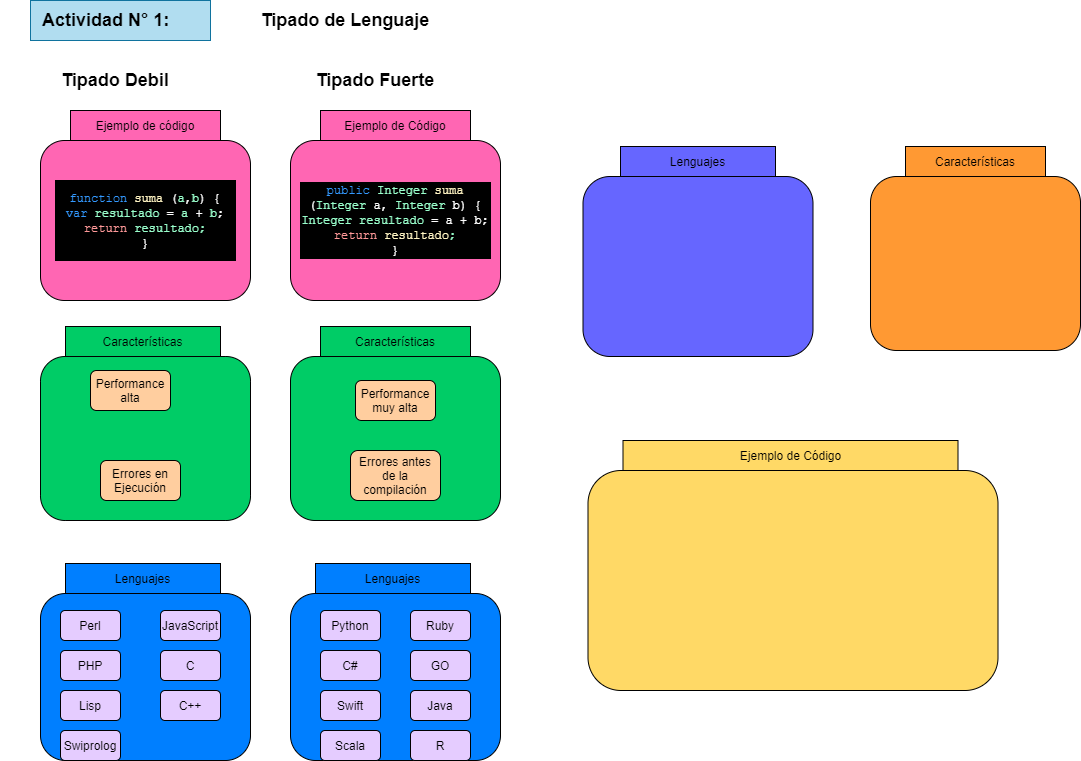
Noelia-Elizabeth/Mochila_Nunez-Mac-Leod_Noelia-Elizabeth keeps this draw.io diagram as G4 - Practicas Lenguajes - Núñez_Mac_Leod-Noelia_Elizabeth.png. Above is the earlier version. Source tidied: cells renumbered, new cells last; positions are measured from the earlier drawing's top-left corner, leaving out a move shared by most shapes. The source it was exported from:
```xml
<mxGraphModel>
  <root>
    <mxCell id="0" />
    <mxCell id="1" parent="0" />
    <mxCell id="2" style="rounded=0;whiteSpace=wrap;html=1;fillColor=#b1ddf0;strokeColor=#10739e;" parent="1" vertex="1">
      <mxGeometry x="30" width="180" height="40" as="geometry" />
    </mxCell>
    <mxCell id="3" value="&lt;b&gt;&lt;font style=&quot;font-size: 18px&quot;&gt;Tipado de Lenguaje&lt;/font&gt;&lt;/b&gt;" style="text;html=1;strokeColor=none;fillColor=none;align=center;verticalAlign=middle;whiteSpace=wrap;rounded=0;" parent="1" vertex="1">
      <mxGeometry x="230" width="230" height="40" as="geometry" />
    </mxCell>
    <mxCell id="4" value="&lt;b&gt;&lt;font style=&quot;font-size: 18px&quot;&gt;Actividad N° 1:&lt;/font&gt;&lt;/b&gt;" style="text;html=1;strokeColor=none;fillColor=none;align=left;verticalAlign=middle;whiteSpace=wrap;rounded=0;" parent="1" vertex="1">
      <mxGeometry x="40" width="230" height="40" as="geometry" />
    </mxCell>
    <mxCell id="5" value="Ejemplo de código" style="rounded=0;whiteSpace=wrap;html=1;fillColor=#FF66B3;" parent="1" vertex="1">
      <mxGeometry x="70" y="110" width="150" height="30" as="geometry" />
    </mxCell>
    <mxCell id="6" value="&lt;b&gt;&lt;font style=&quot;font-size: 18px&quot;&gt;Tipado Debil&lt;/font&gt;&lt;/b&gt;" style="text;html=1;strokeColor=none;fillColor=none;align=center;verticalAlign=middle;whiteSpace=wrap;rounded=0;" parent="1" vertex="1">
      <mxGeometry y="60" width="230" height="40" as="geometry" />
    </mxCell>
    <mxCell id="7" value="&lt;b&gt;&lt;font style=&quot;font-size: 18px&quot;&gt;Tipado Fuerte&lt;/font&gt;&lt;/b&gt;" style="text;html=1;strokeColor=none;fillColor=none;align=center;verticalAlign=middle;whiteSpace=wrap;rounded=0;" parent="1" vertex="1">
      <mxGeometry x="260" y="60" width="230" height="40" as="geometry" />
    </mxCell>
    <mxCell id="8" style="rounded=1;whiteSpace=wrap;html=1;fillColor=#FF66B3;" parent="1" vertex="1">
      <mxGeometry x="40" y="140" width="210" height="160" as="geometry" />
    </mxCell>
    <mxCell id="9" value="Ejemplo de Código" style="rounded=0;whiteSpace=wrap;html=1;fillColor=#FF66B3;" parent="1" vertex="1">
      <mxGeometry x="320" y="110" width="150" height="30" as="geometry" />
    </mxCell>
    <mxCell id="10" style="rounded=1;whiteSpace=wrap;html=1;fillColor=#FF66B3;" parent="1" vertex="1">
      <mxGeometry x="290" y="140" width="210" height="160" as="geometry" />
    </mxCell>
    <mxCell id="11" value="Características" style="rounded=0;whiteSpace=wrap;html=1;fillColor=#00CC66;" parent="1" vertex="1">
      <mxGeometry x="65" y="326" width="155" height="30" as="geometry" />
    </mxCell>
    <mxCell id="12" style="rounded=1;whiteSpace=wrap;html=1;fillColor=#00CC66;" parent="1" vertex="1">
      <mxGeometry x="40" y="356" width="210" height="164" as="geometry" />
    </mxCell>
    <mxCell id="13" value="Características" style="rounded=0;whiteSpace=wrap;html=1;fillColor=#00CC66;" parent="1" vertex="1">
      <mxGeometry x="320" y="326" width="150" height="30" as="geometry" />
    </mxCell>
    <mxCell id="14" style="rounded=1;whiteSpace=wrap;html=1;fillColor=#00CC66;" parent="1" vertex="1">
      <mxGeometry x="290" y="356" width="210" height="164" as="geometry" />
    </mxCell>
    <mxCell id="15" value="Lenguajes" style="rounded=0;whiteSpace=wrap;html=1;fillColor=#007FFF;" parent="1" vertex="1">
      <mxGeometry x="65" y="563" width="155" height="30" as="geometry" />
    </mxCell>
    <mxCell id="16" style="rounded=1;whiteSpace=wrap;html=1;fillColor=#007FFF;" parent="1" vertex="1">
      <mxGeometry x="40" y="593" width="210" height="167" as="geometry" />
    </mxCell>
    <mxCell id="17" value="Lenguajes" style="rounded=0;whiteSpace=wrap;html=1;fillColor=#007FFF;" parent="1" vertex="1">
      <mxGeometry x="315" y="563" width="155" height="30" as="geometry" />
    </mxCell>
    <mxCell id="18" style="rounded=1;whiteSpace=wrap;html=1;fillColor=#007FFF;" parent="1" vertex="1">
      <mxGeometry x="290" y="593" width="210" height="167" as="geometry" />
    </mxCell>
    <mxCell id="19" value="Lenguajes" style="rounded=0;whiteSpace=wrap;html=1;fillColor=#6666FF;" parent="1" vertex="1">
      <mxGeometry x="620" y="146" width="155" height="30" as="geometry" />
    </mxCell>
    <mxCell id="20" style="rounded=1;whiteSpace=wrap;html=1;fillColor=#6666FF;" parent="1" vertex="1">
      <mxGeometry x="582.5" y="176" width="230" height="180" as="geometry" />
    </mxCell>
    <mxCell id="21" value="Características" style="rounded=0;whiteSpace=wrap;html=1;fillColor=#FF9933;" parent="1" vertex="1">
      <mxGeometry x="905" y="146" width="140" height="30" as="geometry" />
    </mxCell>
    <mxCell id="22" style="rounded=1;whiteSpace=wrap;html=1;fillColor=#FF9933;" parent="1" vertex="1">
      <mxGeometry x="870" y="176" width="210" height="174" as="geometry" />
    </mxCell>
    <mxCell id="23" value="Ejemplo de Código" style="rounded=0;whiteSpace=wrap;html=1;fillColor=#FFD966;" parent="1" vertex="1">
      <mxGeometry x="622.5" y="440" width="335" height="30" as="geometry" />
    </mxCell>
    <mxCell id="24" style="rounded=1;whiteSpace=wrap;html=1;fillColor=#FFD966;" parent="1" vertex="1">
      <mxGeometry x="587.5" y="470" width="410" height="220" as="geometry" />
    </mxCell>
    <mxCell id="25" value="Java" style="rounded=1;whiteSpace=wrap;html=1;fillColor=#E5CCFF;" parent="1" vertex="1">
      <mxGeometry x="410" y="690" width="60" height="30" as="geometry" />
    </mxCell>
    <mxCell id="26" value="GO" style="rounded=1;whiteSpace=wrap;html=1;fillColor=#E5CCFF;" parent="1" vertex="1">
      <mxGeometry x="410" y="650" width="60" height="30" as="geometry" />
    </mxCell>
    <mxCell id="27" value="Swift&lt;span style=&quot;color: rgba(0 , 0 , 0 , 0) ; font-family: monospace ; font-size: 0px&quot;&gt;%3CmxGraphModel%3E%3Croot%3E%3CmxCell%20id%3D%220%22%2F%3E%3CmxCell%20id%3D%221%22%20parent%3D%220%22%2F%3E%3CmxCell%20id%3D%222%22%20value%3D%22GO%22%20style%3D%22rounded%3D1%3BwhiteSpace%3Dwrap%3Bhtml%3D1%3BfillColor%3D%23E5CCFF%3B%22%20vertex%3D%221%22%20parent%3D%221%22%3E%3CmxGeometry%20x%3D%22640%22%20y%3D%22180%22%20width%3D%2260%22%20height%3D%2230%22%20as%3D%22geometry%22%2F%3E%3C%2FmxCell%3E%3C%2Froot%3E%3C%2FmxGraphModel%3E&lt;/span&gt;" style="rounded=1;whiteSpace=wrap;html=1;fillColor=#E5CCFF;" parent="1" vertex="1">
      <mxGeometry x="320" y="690" width="60" height="30" as="geometry" />
    </mxCell>
    <mxCell id="28" value="Ruby" style="rounded=1;whiteSpace=wrap;html=1;fillColor=#E5CCFF;" parent="1" vertex="1">
      <mxGeometry x="410" y="610" width="60" height="30" as="geometry" />
    </mxCell>
    <mxCell id="29" value="Python" style="rounded=1;whiteSpace=wrap;html=1;fillColor=#E5CCFF;" parent="1" vertex="1">
      <mxGeometry x="320" y="610" width="60" height="30" as="geometry" />
    </mxCell>
    <mxCell id="30" value="C#" style="rounded=1;whiteSpace=wrap;html=1;fillColor=#E5CCFF;" parent="1" vertex="1">
      <mxGeometry x="320" y="650" width="60" height="30" as="geometry" />
    </mxCell>
    <mxCell id="31" value="R" style="rounded=1;whiteSpace=wrap;html=1;fillColor=#E5CCFF;" parent="1" vertex="1">
      <mxGeometry x="410" y="730" width="60" height="30" as="geometry" />
    </mxCell>
    <mxCell id="32" value="PHP" style="rounded=1;whiteSpace=wrap;html=1;fillColor=#E5CCFF;" parent="1" vertex="1">
      <mxGeometry x="60" y="650" width="60" height="30" as="geometry" />
    </mxCell>
    <mxCell id="33" value="C" style="rounded=1;whiteSpace=wrap;html=1;fillColor=#E5CCFF;" parent="1" vertex="1">
      <mxGeometry x="160" y="650" width="60" height="30" as="geometry" />
    </mxCell>
    <mxCell id="34" value="Errores en Ejecución" style="rounded=1;whiteSpace=wrap;html=1;fillColor=#FFCE9F;" parent="1" vertex="1">
      <mxGeometry x="100" y="460" width="80" height="40" as="geometry" />
    </mxCell>
    <mxCell id="35" value="Performance muy alta" style="rounded=1;whiteSpace=wrap;html=1;fillColor=#FFCE9F;" parent="1" vertex="1">
      <mxGeometry x="355" y="380" width="80" height="40" as="geometry" />
    </mxCell>
    <mxCell id="36" value="Errores antes de la compilación" style="rounded=1;whiteSpace=wrap;html=1;fillColor=#FFCE9F;" parent="1" vertex="1">
      <mxGeometry x="350" y="450" width="90" height="50" as="geometry" />
    </mxCell>
    <mxCell id="37" value="Performance alta" style="rounded=1;whiteSpace=wrap;html=1;fillColor=#FFCE9F;" parent="1" vertex="1">
      <mxGeometry x="90" y="370" width="80" height="40" as="geometry" />
    </mxCell>
    <mxCell id="38" value="&lt;font face=&quot;Courier New&quot; color=&quot;#3399ff&quot;&gt;function &lt;/font&gt;&lt;font face=&quot;Courier New&quot; color=&quot;#fff4c3&quot;&gt;suma &lt;/font&gt;&lt;font color=&quot;#ffffff&quot; face=&quot;Courier New&quot;&gt;(&lt;/font&gt;&lt;font face=&quot;Courier New&quot; color=&quot;#99ffcc&quot;&gt;a&lt;/font&gt;&lt;font color=&quot;#ffffff&quot; face=&quot;Courier New&quot;&gt;,&lt;/font&gt;&lt;font face=&quot;Courier New&quot; color=&quot;#99ffcc&quot;&gt;b&lt;/font&gt;&lt;font face=&quot;Courier New&quot;&gt;&lt;font color=&quot;#ffffff&quot;&gt;) {&lt;/font&gt;&lt;br&gt;&lt;font color=&quot;#3399ff&quot;&gt;var &lt;/font&gt;&lt;/font&gt;&lt;font face=&quot;Courier New&quot; color=&quot;#99ffcc&quot;&gt;resultado&lt;/font&gt;&lt;font color=&quot;#ffffff&quot; face=&quot;Courier New&quot;&gt; = &lt;/font&gt;&lt;font face=&quot;Courier New&quot; color=&quot;#99ffcc&quot;&gt;a &lt;/font&gt;&lt;font color=&quot;#ffffff&quot; face=&quot;Courier New&quot;&gt;+ &lt;/font&gt;&lt;font face=&quot;Courier New&quot; color=&quot;#99ffcc&quot;&gt;b&lt;/font&gt;&lt;font face=&quot;Courier New&quot;&gt;&lt;font color=&quot;#ffffff&quot;&gt;;&lt;/font&gt;&lt;br&gt;&lt;font color=&quot;#ff9999&quot;&gt;return &lt;/font&gt;&lt;/font&gt;&lt;font face=&quot;Courier New&quot;&gt;&lt;font color=&quot;#99ffcc&quot;&gt;resultado;&lt;/font&gt;&lt;br&gt;&lt;font color=&quot;#ffffff&quot;&gt;}&lt;/font&gt;&lt;br&gt;&lt;/font&gt;" style="rounded=0;whiteSpace=wrap;html=1;fillColor=#000000;" parent="1" vertex="1">
      <mxGeometry x="55" y="180" width="180" height="80" as="geometry" />
    </mxCell>
    <mxCell id="39" value="&lt;font face=&quot;Courier New&quot; color=&quot;#3399ff&quot;&gt;public &lt;/font&gt;&lt;font face=&quot;Courier New&quot; color=&quot;#99ffcc&quot;&gt;Integer&lt;/font&gt;&lt;font face=&quot;Courier New&quot; color=&quot;#3399ff&quot;&gt;&amp;nbsp;&lt;/font&gt;&lt;font face=&quot;Courier New&quot; color=&quot;#fff4c3&quot;&gt;suma &lt;/font&gt;&lt;font color=&quot;#ffffff&quot; face=&quot;Courier New&quot;&gt;(&lt;/font&gt;&lt;font face=&quot;Courier New&quot; color=&quot;#99ffcc&quot;&gt;Integer&amp;nbsp;&lt;/font&gt;&lt;font face=&quot;Courier New&quot; color=&quot;#ffffff&quot;&gt;a&lt;/font&gt;&lt;font color=&quot;#ffffff&quot; face=&quot;Courier New&quot;&gt;,&amp;nbsp;&lt;/font&gt;&lt;font face=&quot;Courier New&quot; color=&quot;#99ffcc&quot;&gt;Integer&lt;/font&gt;&lt;font face=&quot;Courier New&quot; color=&quot;#3399ff&quot;&gt;&amp;nbsp;&lt;/font&gt;&lt;font face=&quot;Courier New&quot; color=&quot;#ffffff&quot;&gt;b&lt;/font&gt;&lt;font face=&quot;Courier New&quot;&gt;&lt;font color=&quot;#ffffff&quot;&gt;) {&lt;/font&gt;&lt;br&gt;&lt;/font&gt;&lt;font face=&quot;Courier New&quot; color=&quot;#99ffcc&quot;&gt;Integer&amp;nbsp;&lt;/font&gt;&lt;font face=&quot;Courier New&quot; color=&quot;#99ffcc&quot;&gt;resultado&lt;/font&gt;&lt;font color=&quot;#ffffff&quot; face=&quot;Courier New&quot;&gt; = &lt;/font&gt;&lt;font face=&quot;Courier New&quot; color=&quot;#ffffff&quot;&gt;a &lt;/font&gt;&lt;font color=&quot;#ffffff&quot; face=&quot;Courier New&quot;&gt;+ &lt;/font&gt;&lt;font face=&quot;Courier New&quot; color=&quot;#ffffff&quot;&gt;b&lt;/font&gt;&lt;font face=&quot;Courier New&quot;&gt;&lt;font color=&quot;#ffffff&quot;&gt;;&lt;/font&gt;&lt;br&gt;&lt;font color=&quot;#ff9999&quot;&gt;return &lt;/font&gt;&lt;/font&gt;&lt;font face=&quot;Courier New&quot;&gt;&lt;font color=&quot;#fff4c3&quot;&gt;resultado&lt;/font&gt;&lt;font color=&quot;#99ffcc&quot;&gt;;&lt;/font&gt;&lt;br&gt;&lt;font color=&quot;#ffffff&quot;&gt;}&lt;/font&gt;&lt;br&gt;&lt;/font&gt;" style="rounded=0;whiteSpace=wrap;html=1;fillColor=#000000;" parent="1" vertex="1">
      <mxGeometry x="300" y="182" width="190" height="76" as="geometry" />
    </mxCell>
    <mxCell id="40" value="JavaScript" style="rounded=1;whiteSpace=wrap;html=1;fillColor=#E5CCFF;" parent="1" vertex="1">
      <mxGeometry x="160" y="610" width="60" height="30" as="geometry" />
    </mxCell>
    <mxCell id="41" value="Perl" style="rounded=1;whiteSpace=wrap;html=1;fillColor=#E5CCFF;" parent="1" vertex="1">
      <mxGeometry x="60" y="610" width="60" height="30" as="geometry" />
    </mxCell>
    <mxCell id="42" value="Scala" style="rounded=1;whiteSpace=wrap;html=1;fillColor=#E5CCFF;" parent="1" vertex="1">
      <mxGeometry x="320" y="730" width="60" height="30" as="geometry" />
    </mxCell>
    <mxCell id="43" value="C++" style="rounded=1;whiteSpace=wrap;html=1;fillColor=#E5CCFF;" parent="1" vertex="1">
      <mxGeometry x="160" y="690" width="60" height="30" as="geometry" />
    </mxCell>
    <mxCell id="44" value="Lisp" style="rounded=1;whiteSpace=wrap;html=1;fillColor=#E5CCFF;" parent="1" vertex="1">
      <mxGeometry x="60" y="690" width="60" height="30" as="geometry" />
    </mxCell>
    <mxCell id="45" value="Swiprolog" style="rounded=1;whiteSpace=wrap;html=1;fillColor=#E5CCFF;" parent="1" vertex="1">
      <mxGeometry x="60" y="730" width="60" height="30" as="geometry" />
    </mxCell>
  </root>
</mxGraphModel>
```
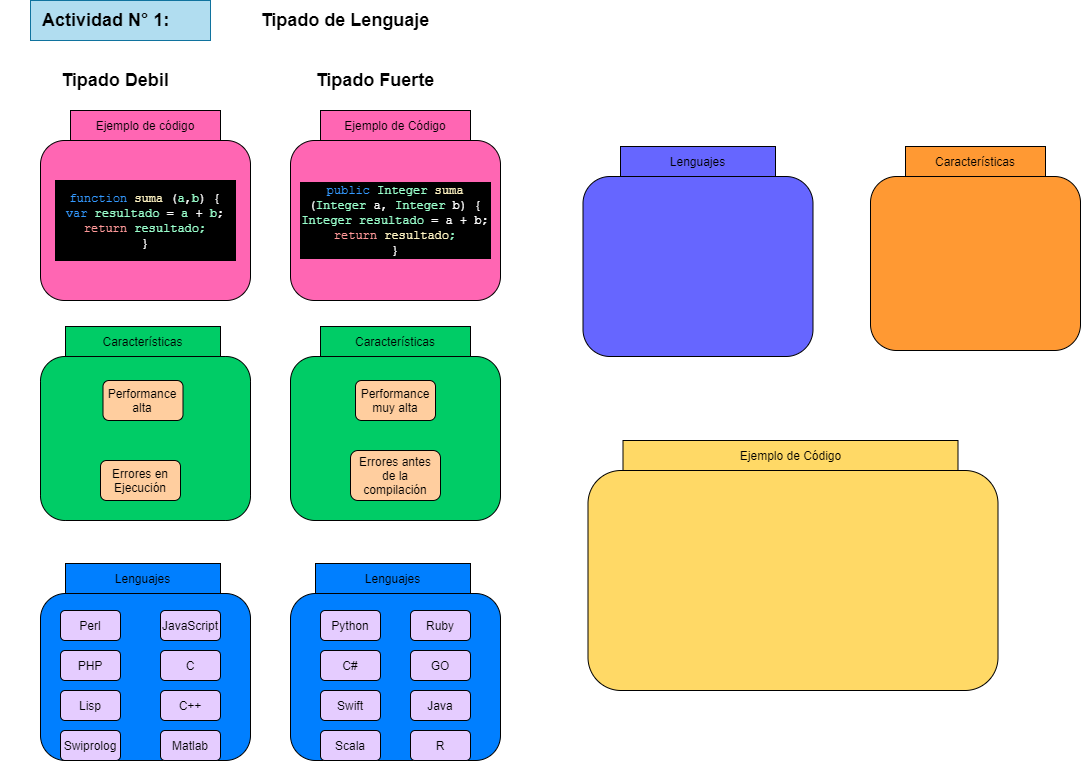
After the commit.

Commit message:
[MOD] Tarea 10S correcta

The edit, as a diff of the source:
```diff
@@ -108,7 +108,7 @@
       <mxGeometry x="350" y="450" width="90" height="50" as="geometry" />
     </mxCell>
     <mxCell id="37" value="Performance alta" style="rounded=1;whiteSpace=wrap;html=1;fillColor=#FFCE9F;" parent="1" vertex="1">
-      <mxGeometry x="90" y="370" width="80" height="40" as="geometry" />
+      <mxGeometry x="102.5" y="380" width="80" height="40" as="geometry" />
     </mxCell>
     <mxCell id="38" value="&lt;font face=&quot;Courier New&quot; color=&quot;#3399ff&quot;&gt;function &lt;/font&gt;&lt;font face=&quot;Courier New&quot; color=&quot;#fff4c3&quot;&gt;suma &lt;/font&gt;&lt;font color=&quot;#ffffff&quot; face=&quot;Courier New&quot;&gt;(&lt;/font&gt;&lt;font face=&quot;Courier New&quot; color=&quot;#99ffcc&quot;&gt;a&lt;/font&gt;&lt;font color=&quot;#ffffff&quot; face=&quot;Courier New&quot;&gt;,&lt;/font&gt;&lt;font face=&quot;Courier New&quot; color=&quot;#99ffcc&quot;&gt;b&lt;/font&gt;&lt;font face=&quot;Courier New&quot;&gt;&lt;font color=&quot;#ffffff&quot;&gt;) {&lt;/font&gt;&lt;br&gt;&lt;font color=&quot;#3399ff&quot;&gt;var &lt;/font&gt;&lt;/font&gt;&lt;font face=&quot;Courier New&quot; color=&quot;#99ffcc&quot;&gt;resultado&lt;/font&gt;&lt;font color=&quot;#ffffff&quot; face=&quot;Courier New&quot;&gt; = &lt;/font&gt;&lt;font face=&quot;Courier New&quot; color=&quot;#99ffcc&quot;&gt;a &lt;/font&gt;&lt;font color=&quot;#ffffff&quot; face=&quot;Courier New&quot;&gt;+ &lt;/font&gt;&lt;font face=&quot;Courier New&quot; color=&quot;#99ffcc&quot;&gt;b&lt;/font&gt;&lt;font face=&quot;Courier New&quot;&gt;&lt;font color=&quot;#ffffff&quot;&gt;;&lt;/font&gt;&lt;br&gt;&lt;font color=&quot;#ff9999&quot;&gt;return &lt;/font&gt;&lt;/font&gt;&lt;font face=&quot;Courier New&quot;&gt;&lt;font color=&quot;#99ffcc&quot;&gt;resultado;&lt;/font&gt;&lt;br&gt;&lt;font color=&quot;#ffffff&quot;&gt;}&lt;/font&gt;&lt;br&gt;&lt;/font&gt;" style="rounded=0;whiteSpace=wrap;html=1;fillColor=#000000;" parent="1" vertex="1">
       <mxGeometry x="55" y="180" width="180" height="80" as="geometry" />
@@ -134,5 +134,8 @@
     <mxCell id="45" value="Swiprolog" style="rounded=1;whiteSpace=wrap;html=1;fillColor=#E5CCFF;" parent="1" vertex="1">
       <mxGeometry x="60" y="730" width="60" height="30" as="geometry" />
     </mxCell>
+    <mxCell id="46" value="Matlab" style="rounded=1;whiteSpace=wrap;html=1;fillColor=#E5CCFF;" parent="1" vertex="1">
+      <mxGeometry x="160" y="730" width="60" height="30" as="geometry" />
+    </mxCell>
   </root>
 </mxGraphModel>
```
